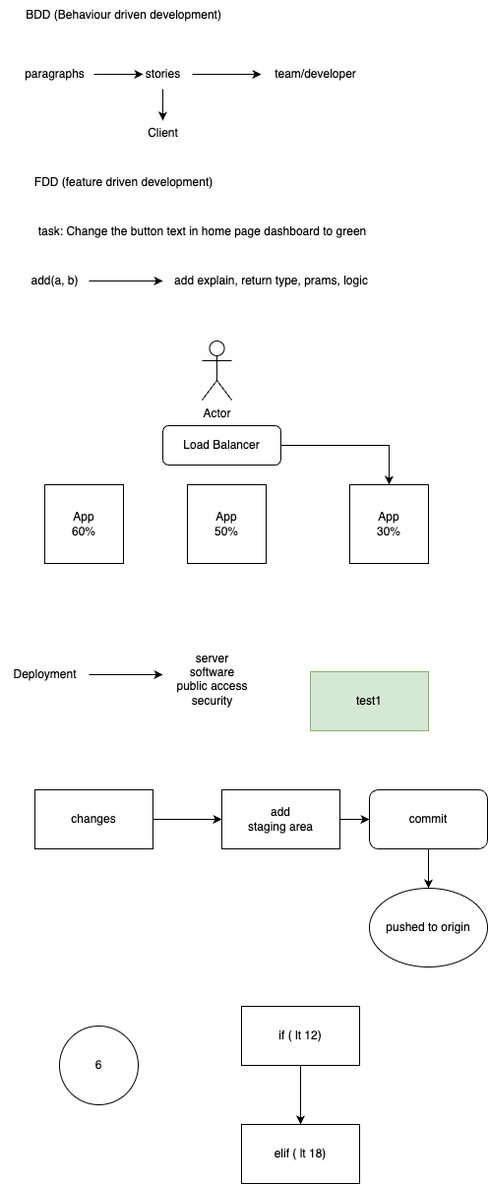
Above: agile.png in aryan1403/mobile-wipro-training2 (draw.io), before the change. Source tidied: cells renumbered, new cells last; positions are measured from the earlier drawing's top-left corner, leaving out a move shared by most shapes.
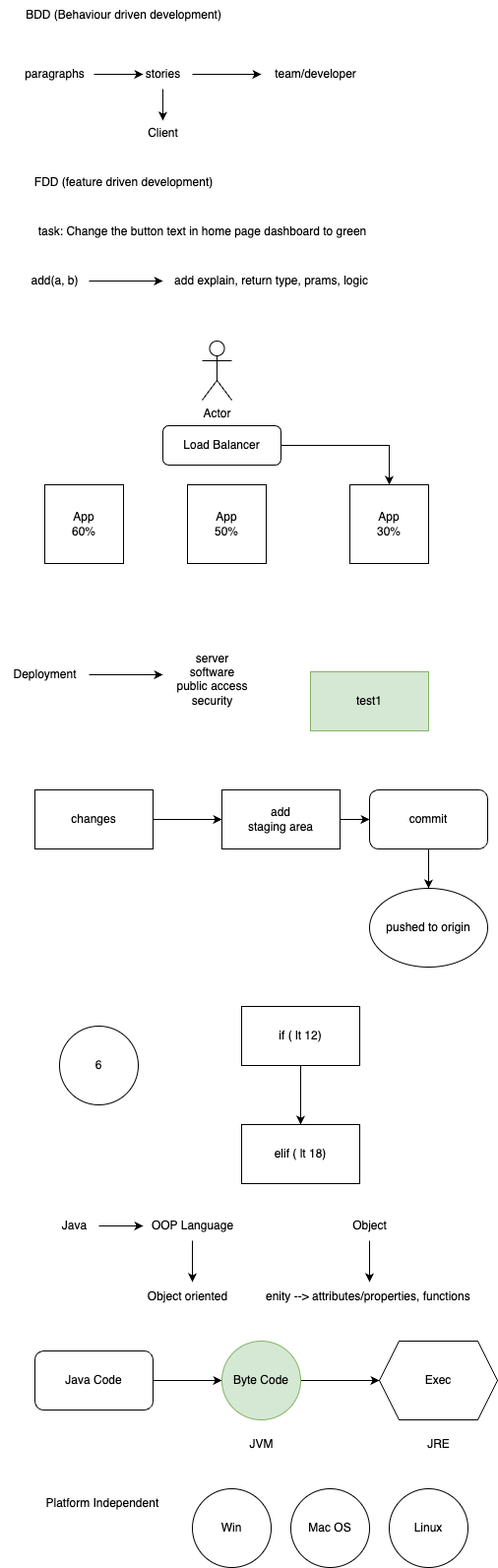
After the change.

The edit, as a diff of the source:
```diff
@@ -120,5 +120,72 @@
     <mxCell id="35" value="6" style="ellipse;whiteSpace=wrap;html=1;" parent="1" vertex="1">
       <mxGeometry x="60" y="1042" width="80" height="80" as="geometry" />
     </mxCell>
+    <mxCell id="36" style="edgeStyle=orthogonalEdgeStyle;rounded=0;jettySize=auto;html=1;" parent="1" edge="1" source="37">
+      <mxGeometry relative="1" as="geometry">
+        <mxPoint x="145" y="1245" as="targetPoint" />
+      </mxGeometry>
+    </mxCell>
+    <mxCell id="37" value="Java" style="text;html=1;align=center;verticalAlign=middle;points=[];strokeColor=none;fillColor=none;" parent="1" vertex="1">
+      <mxGeometry x="50" y="1230" width="50" height="30" as="geometry" />
+    </mxCell>
+    <mxCell id="38" style="edgeStyle=orthogonalEdgeStyle;rounded=0;jettySize=auto;html=1;" parent="1" edge="1" source="39">
+      <mxGeometry relative="1" as="geometry">
+        <mxPoint x="195" y="1302" as="targetPoint" />
+      </mxGeometry>
+    </mxCell>
+    <mxCell id="39" value="OOP Language" style="text;html=1;align=center;verticalAlign=middle;points=[];strokeColor=none;fillColor=none;" parent="1" vertex="1">
+      <mxGeometry x="140" y="1230" width="110" height="30" as="geometry" />
+    </mxCell>
+    <mxCell id="40" value="Object oriented" style="text;html=1;align=center;verticalAlign=middle;strokeColor=none;fillColor=none;" parent="1" vertex="1">
+      <mxGeometry x="140" y="1302" width="100" height="30" as="geometry" />
+    </mxCell>
+    <mxCell id="41" style="edgeStyle=orthogonalEdgeStyle;rounded=0;jettySize=auto;html=1;" parent="1" edge="1" source="42">
+      <mxGeometry relative="1" as="geometry">
+        <mxPoint x="375" y="1302" as="targetPoint" />
+      </mxGeometry>
+    </mxCell>
+    <mxCell id="42" value="Object" style="text;html=1;align=center;verticalAlign=middle;points=[];strokeColor=none;fillColor=none;" parent="1" vertex="1">
+      <mxGeometry x="345" y="1230" width="60" height="30" as="geometry" />
+    </mxCell>
+    <mxCell id="43" value="enity --&amp;gt; attributes/properties, functions&amp;nbsp;" style="text;html=1;align=center;verticalAlign=middle;strokeColor=none;fillColor=none;" parent="1" vertex="1">
+      <mxGeometry x="260" y="1302" width="230" height="30" as="geometry" />
+    </mxCell>
+    <mxCell id="44" style="edgeStyle=orthogonalEdgeStyle;rounded=0;jettySize=auto;html=1;" parent="1" edge="1" source="45">
+      <mxGeometry relative="1" as="geometry">
+        <mxPoint x="225" y="1402" as="targetPoint" />
+      </mxGeometry>
+    </mxCell>
+    <mxCell id="45" value="Java Code" style="rounded=1;whiteSpace=wrap;html=1;" parent="1" vertex="1">
+      <mxGeometry x="35" y="1372" width="120" height="60" as="geometry" />
+    </mxCell>
+    <mxCell id="46" style="edgeStyle=orthogonalEdgeStyle;rounded=0;jettySize=auto;html=1;" parent="1" edge="1" source="47">
+      <mxGeometry relative="1" as="geometry">
+        <mxPoint x="385" y="1402" as="targetPoint" />
+      </mxGeometry>
+    </mxCell>
+    <mxCell id="47" value="Byte Code" style="ellipse;whiteSpace=wrap;html=1;fillColor=#d5e8d4;strokeColor=#82b366;" parent="1" vertex="1">
+      <mxGeometry x="225" y="1362" width="80" height="80" as="geometry" />
+    </mxCell>
+    <mxCell id="48" value="JVM" style="text;html=1;align=center;verticalAlign=middle;strokeColor=none;fillColor=none;" parent="1" vertex="1">
+      <mxGeometry x="240" y="1452" width="50" height="30" as="geometry" />
+    </mxCell>
+    <mxCell id="49" value="Exec" style="shape=hexagon;perimeter=hexagonPerimeter2;whiteSpace=wrap;html=1;fixedSize=1;" parent="1" vertex="1">
+      <mxGeometry x="385" y="1362" width="120" height="80" as="geometry" />
+    </mxCell>
+    <mxCell id="50" value="JRE" style="text;html=1;align=center;verticalAlign=middle;strokeColor=none;fillColor=none;" parent="1" vertex="1">
+      <mxGeometry x="420" y="1452" width="50" height="30" as="geometry" />
+    </mxCell>
+    <mxCell id="51" value="Platform Independent&amp;nbsp;" style="text;html=1;align=center;verticalAlign=middle;strokeColor=none;fillColor=none;" parent="1" vertex="1">
+      <mxGeometry x="35" y="1512" width="140" height="30" as="geometry" />
+    </mxCell>
+    <mxCell id="52" value="Win" style="ellipse;whiteSpace=wrap;html=1;" parent="1" vertex="1">
+      <mxGeometry x="195" y="1512" width="80" height="80" as="geometry" />
+    </mxCell>
+    <mxCell id="53" value="Mac OS" style="ellipse;whiteSpace=wrap;html=1;" parent="1" vertex="1">
+      <mxGeometry x="295" y="1512" width="80" height="80" as="geometry" />
+    </mxCell>
+    <mxCell id="54" value="Linux" style="ellipse;whiteSpace=wrap;html=1;" parent="1" vertex="1">
+      <mxGeometry x="395" y="1512" width="80" height="80" as="geometry" />
+    </mxCell>
   </root>
 </mxGraphModel>
```
